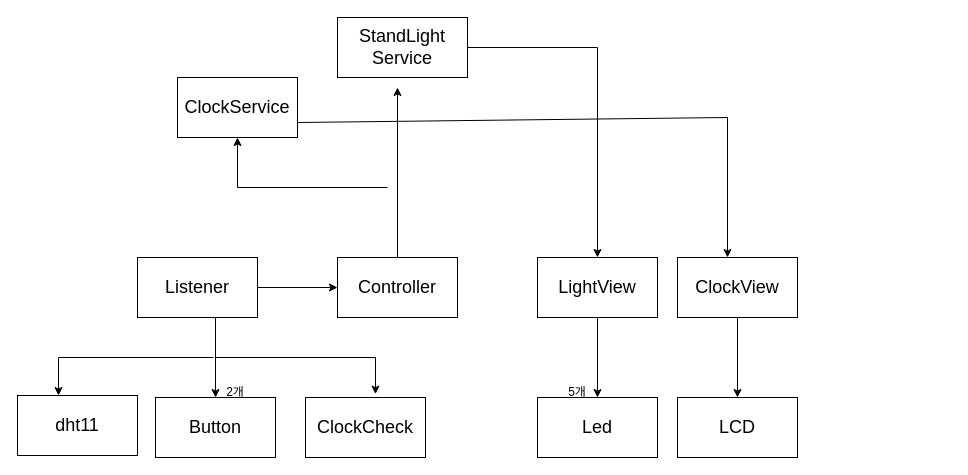
Before: page "페이지-1" (1 of 2) of sw_design/architecture.drawio in 316415/StandLight_Clock_Temperature, a draw.io diagram. Source tidied: cells renumbered, new cells numbered last; positions are measured from the earlier drawing's top-left corner, leaving out a move shared by most shapes. Both pictures are drawn from the tidied source at 100%, with x=0, y=0 at pixel (17, 17).
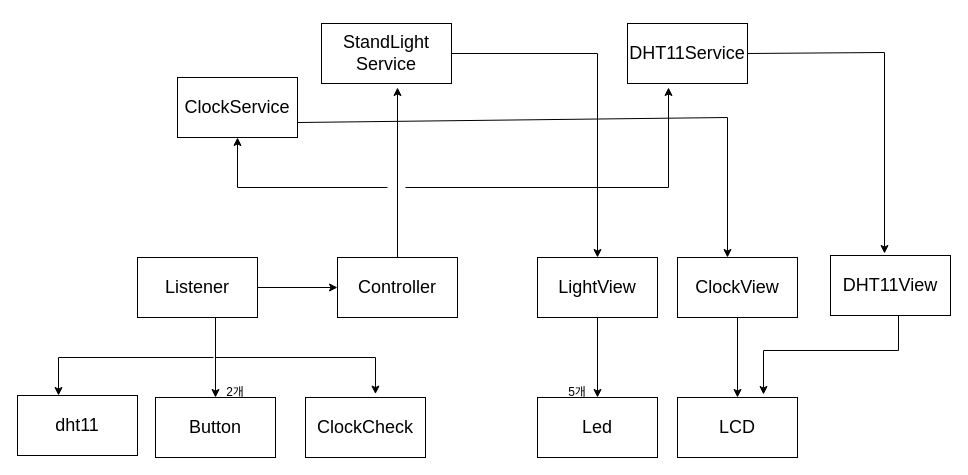
Above is the later version.

Change to the diagram source:
```diff
@@
     <mxCell id="12" value="StandLight&lt;br&gt;Service" style="whiteSpace=wrap;html=1;fontSize=18;" parent="1" vertex="1">
-      <mxGeometry x="320" width="130" height="60" as="geometry" />
+      <mxGeometry x="304" y="6" width="130" height="60" as="geometry" />
     </mxCell>
@@
+    <mxCell id="25" value="DHT11Service" style="whiteSpace=wrap;html=1;fontSize=18;" parent="1" vertex="1">
+      <mxGeometry x="610" y="6" width="120" height="60" as="geometry" />
+    </mxCell>
+    <mxCell id="26" style="endArrow=classic;html=1;rounded=0;" parent="1" edge="1">
+      <mxGeometry relative="1" as="geometry">
+        <mxPoint x="388" y="170" as="sourcePoint" />
+        <mxPoint x="651" y="70" as="targetPoint" />
+        <Array as="points">
+          <mxPoint x="651" y="170" />
+        </Array>
+      </mxGeometry>
+    </mxCell>
+    <mxCell id="27" style="endArrow=classic;html=1;rounded=0;exitX=1;exitY=0.5;exitDx=0;exitDy=0;" parent="1" edge="1" source="25">
+      <mxGeometry relative="1" as="geometry">
+        <mxPoint x="867" y="236" as="targetPoint" />
+        <Array as="points">
+          <mxPoint x="867" y="35" />
+        </Array>
+      </mxGeometry>
+    </mxCell>
+    <mxCell id="28" value="DHT11View" style="whiteSpace=wrap;html=1;fontSize=18;" parent="1" vertex="1">
+      <mxGeometry x="813" y="238" width="120" height="60" as="geometry" />
+    </mxCell>
+    <mxCell id="29" style="endArrow=classic;html=1;rounded=0;edgeStyle=orthogonalEdgeStyle;" parent="1" edge="1">
+      <mxGeometry relative="1" as="geometry">
+        <mxPoint x="881" y="298" as="sourcePoint" />
+        <mxPoint x="746" y="377" as="targetPoint" />
+        <Array as="points">
+          <mxPoint x="881" y="333" />
+          <mxPoint x="746" y="333" />
+        </Array>
+      </mxGeometry>
+    </mxCell>
```
